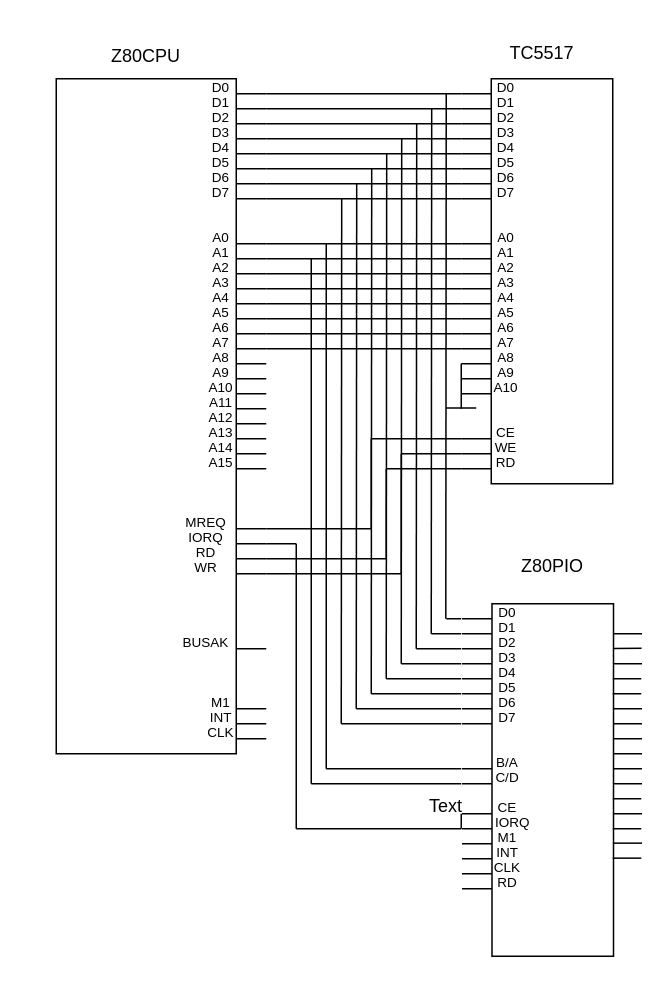
The draw.io diagram microComputer.drawio in FreshmanYBF/yubinfeng.github.io, before the edit. Source tidied: cells renumbered, new cells numbered last; positions are measured from the earlier drawing's top-left corner, leaving out a move shared by most shapes. Both pictures are drawn from the tidied source at 150%, with x=0, y=0 at pixel (56, 26).
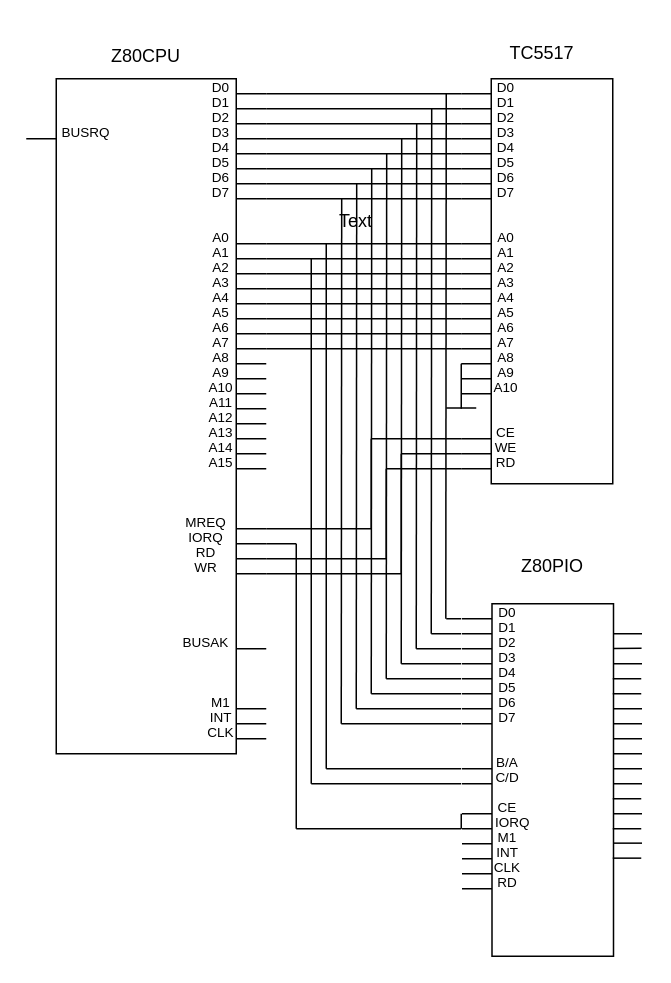
The same diagram, later.

What changed in the source:
```diff
@@
-    <mxCell id="198" value="Text" style="text;html=1;align=center;verticalAlign=middle;whiteSpace=wrap;rounded=0;" parent="1" vertex="1">
-      <mxGeometry x="230" y="505" width="60" height="30" as="geometry" />
-    </mxCell>
@@
+    <mxCell id="216" style="endArrow=none;html=1;rounded=0;" parent="1" edge="1">
+      <mxGeometry relative="1" as="geometry">
+        <mxPoint x="-20" y="75" as="sourcePoint" />
+        <mxPoint y="75" as="targetPoint" />
+      </mxGeometry>
+    </mxCell>
+    <mxCell id="198" value="Text" style="text;html=1;align=center;verticalAlign=middle;whiteSpace=wrap;rounded=0;" parent="1" vertex="1">
+      <mxGeometry x="170" y="115" width="60" height="30" as="geometry" />
+    </mxCell>
+    <mxCell id="217" value="&lt;font style=&quot;font-size: 9px;&quot;&gt;BUSRQ&lt;/font&gt;" style="text;html=1;align=center;verticalAlign=middle;whiteSpace=wrap;rounded=0;" parent="1" vertex="1">
+      <mxGeometry y="65" width="40" height="10" as="geometry" />
+    </mxCell>
```
